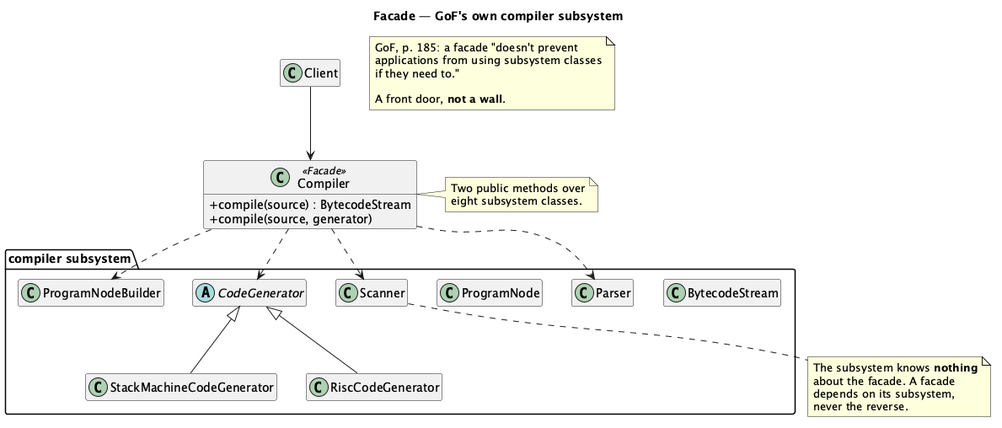
kaldiroglu/DesignPatternsWithJava keeps this PlantUML diagram as src/main/java/dev/kaldiroglu/dp/structural/facade/gof/uml/Facade - Compiler - Class Diagram.png. Above is the earlier version. Its diagram source:
```plantuml
@startuml "Facade - Compiler - Class Diagram"
skinparam classAttributeIconSize 0
hide empty members
title Facade — GoF's own compiler subsystem


class Client
class Compiler <<Facade>> {
  + compile(source) : BytecodeStream
  + compile(source, generator)
}

package "compiler subsystem" {
  class Scanner
  class Parser
  class ProgramNodeBuilder
  class ProgramNode
  abstract class CodeGenerator
  class StackMachineCodeGenerator
  class RiscCodeGenerator
  class BytecodeStream
}

Client --> Compiler
Compiler ..> Scanner
Compiler ..> Parser
Compiler ..> ProgramNodeBuilder
Compiler ..> CodeGenerator
CodeGenerator <|-- StackMachineCodeGenerator
CodeGenerator <|-- RiscCodeGenerator

note right of Compiler
  Two public methods over
  eight subsystem classes.
end note

note bottom of Scanner
  The subsystem knows <b>nothing</b>
  about the facade. A facade
  depends on its subsystem,
  never the reverse.
end note

note as N1
  GoF, p. 185: a facade "doesn't prevent
  applications from using subsystem classes
  if they need to."

  A front door, <b>not a wall</b>.
end note

@enduml
```
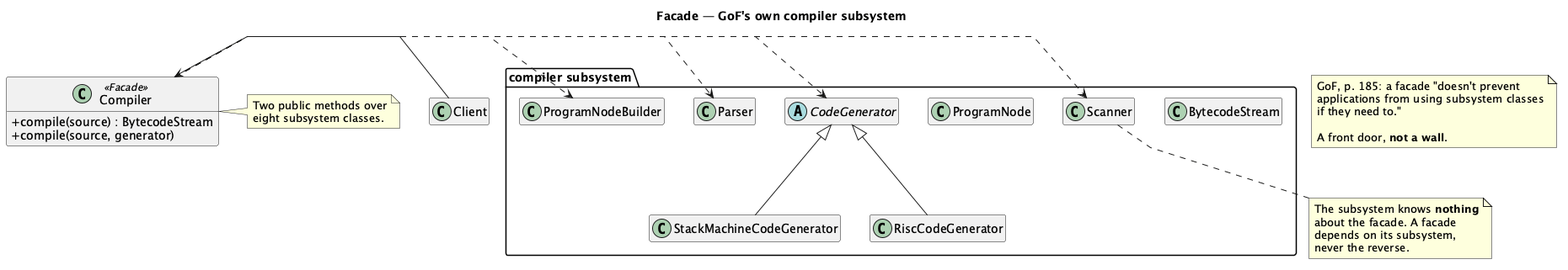
After the change.

Change to the diagram source:
```diff
@@ -1,4 +1,5 @@
-@startuml "Facade - Compiler - Class Diagram"
+@startuml
+skinparam linetype polyline
 skinparam classAttributeIconSize 0
 hide empty members
 title Facade — GoF's own compiler subsystem
@@ -21,11 +22,6 @@
   class BytecodeStream
 }
 
-Client --> Compiler
-Compiler ..> Scanner
-Compiler ..> Parser
-Compiler ..> ProgramNodeBuilder
-Compiler ..> CodeGenerator
 CodeGenerator <|-- StackMachineCodeGenerator
 CodeGenerator <|-- RiscCodeGenerator
 
@@ -49,4 +45,9 @@
   A front door, <b>not a wall</b>.
 end note
 
+Client -[norank]-> Compiler
+Compiler .[norank].> Scanner
+Compiler .[norank].> Parser
+Compiler .[norank].> ProgramNodeBuilder
+Compiler .[norank].> CodeGenerator
 @enduml
```
